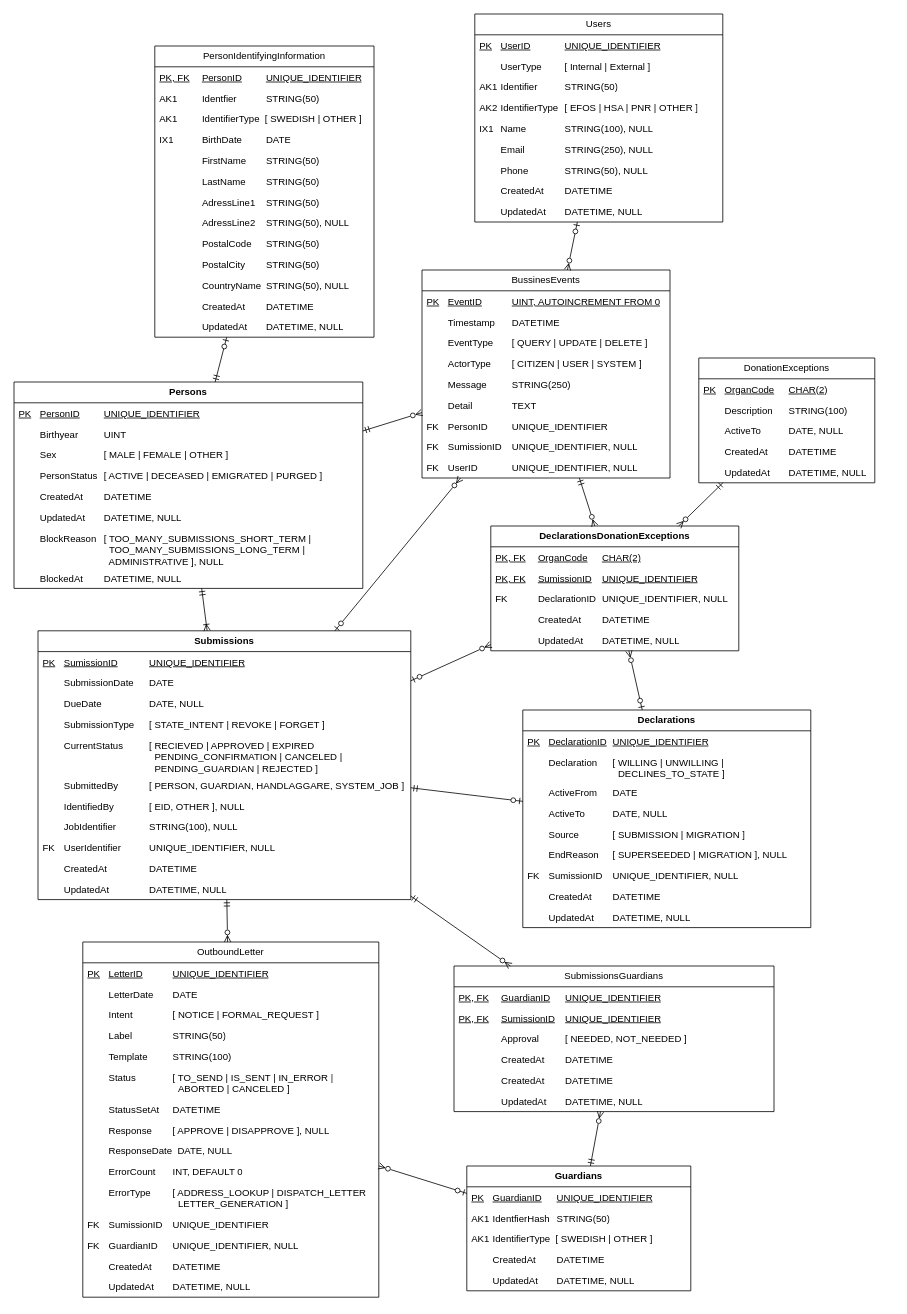
The draw.io diagram page "Stående Logisk modell" (8 of 9) of Donationsregister.drawio in bhagqvist-consid/ICD11, before the edit. Source tidied: cells renumbered, new cells numbered last; positions are measured from the earlier drawing's top-left corner, leaving out a move shared by most shapes. Both pictures are drawn from the tidied source at 80%, with x=0, y=0 at pixel (14, 14).
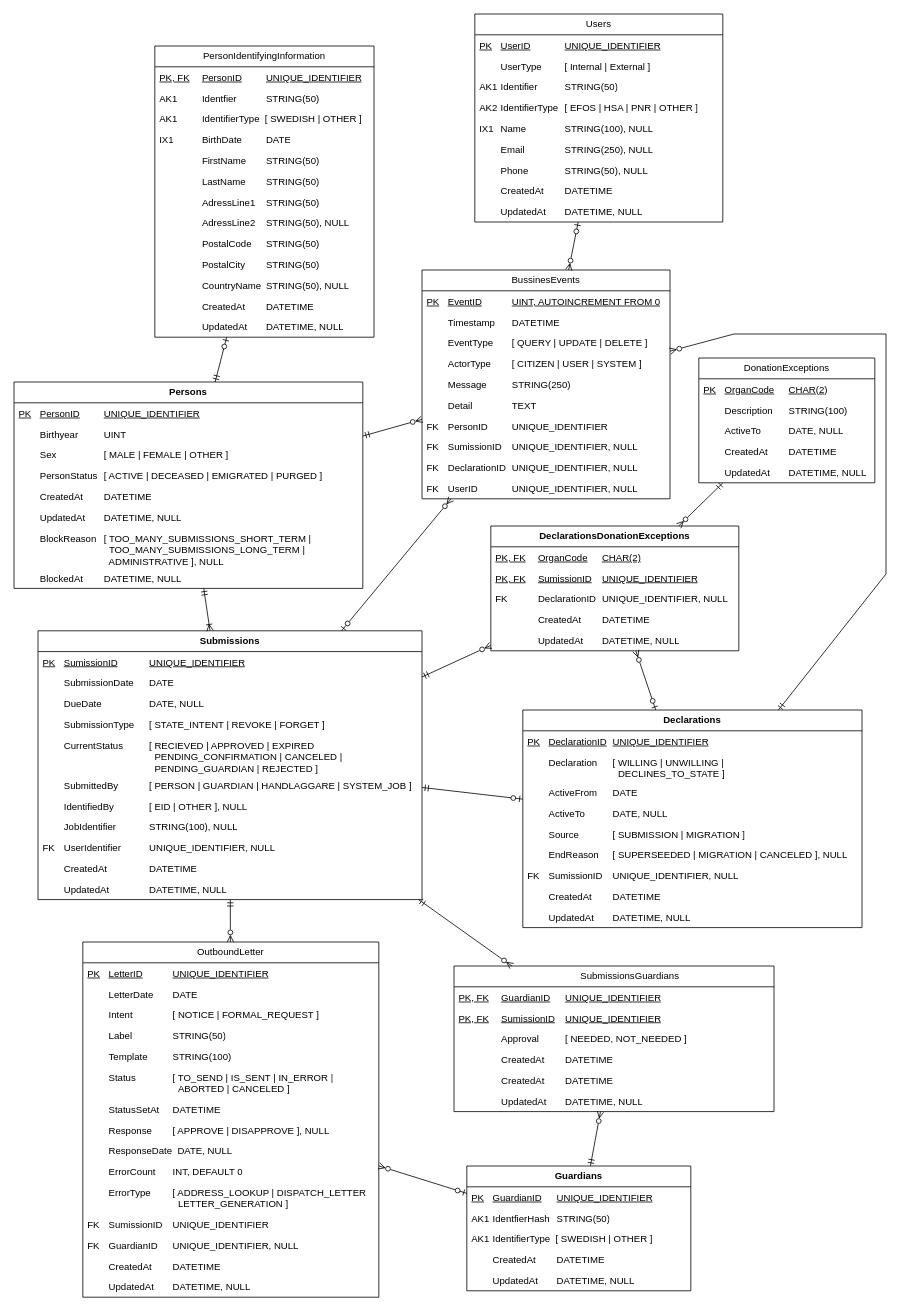
The same page after the edit.

Unchanged cells that the change refers to:
```xml
<mxCell id="95" value="DeclarationsDonationExceptions" style="swimlane;fontStyle=1;horizontal=1;startSize=26;fillColor=none;whiteSpace=wrap;html=1;" parent="1" vertex="1">
  <mxGeometry x="596" y="640" width="310" height="156" as="geometry" />
</mxCell>
```

What changed in the source:
```diff
@@
     <mxCell id="11" value="Submissions" style="swimlane;fontStyle=1;horizontal=1;startSize=26;fillColor=none;whiteSpace=wrap;html=1;" parent="1" vertex="1">
-      <mxGeometry x="30" y="771" width="466" height="336" as="geometry" />
+      <mxGeometry x="30" y="771" width="480" height="336" as="geometry" />
     </mxCell>
     <mxCell id="12" value="PK&lt;span style=&quot;white-space: pre;&quot;&gt;&#9;&lt;/span&gt;SumissionID&lt;span style=&quot;white-space: pre;&quot;&gt;&#9;&lt;/span&gt;&lt;span style=&quot;white-space: pre;&quot;&gt;&#9;&lt;/span&gt;UNIQUE_IDENTIFIER" style="text;strokeColor=none;fillColor=none;align=left;verticalAlign=top;spacingLeft=4;spacingRight=4;overflow=hidden;whiteSpace=wrap;html=1;fontStyle=4;" parent="11" vertex="1">
-      <mxGeometry y="26" width="466" height="26" as="geometry" />
+      <mxGeometry y="26" width="480" height="26" as="geometry" />
     </mxCell>
     <mxCell id="13" value="&lt;span style=&quot;white-space: pre;&quot;&gt;&#9;&lt;/span&gt;SubmissionDate&lt;span style=&quot;white-space: pre;&quot;&gt;&#9;&lt;/span&gt;DATE" style="text;strokeColor=none;fillColor=none;align=left;verticalAlign=top;spacingLeft=4;spacingRight=4;overflow=hidden;whiteSpace=wrap;html=1;" parent="11" vertex="1">
-      <mxGeometry y="52" width="466" height="26" as="geometry" />
+      <mxGeometry y="52" width="480" height="26" as="geometry" />
     </mxCell>
     <mxCell id="14" value="&lt;span style=&quot;white-space: pre;&quot;&gt;&#9;&lt;/span&gt;DueDate&lt;span style=&quot;white-space: pre;&quot;&gt;&#9;&lt;/span&gt;&lt;span style=&quot;white-space: pre;&quot;&gt;&#9;&lt;/span&gt;&lt;span style=&quot;white-space: pre;&quot;&gt;&#9;&lt;/span&gt;DATE, NULL" style="text;strokeColor=none;fillColor=none;align=left;verticalAlign=top;spacingLeft=4;spacingRight=4;overflow=hidden;whiteSpace=wrap;html=1;" parent="11" vertex="1">
-      <mxGeometry y="78" width="466" height="26" as="geometry" />
+      <mxGeometry y="78" width="480" height="26" as="geometry" />
     </mxCell>
     <mxCell id="15" value="&lt;span style=&quot;white-space: pre;&quot;&gt;&#9;&lt;/span&gt;SubmissionType&lt;span style=&quot;white-space: pre;&quot;&gt;&#9;&lt;/span&gt;[ STATE_INTENT | REVOKE | FORGET ]" style="text;strokeColor=none;fillColor=none;align=left;verticalAlign=top;spacingLeft=4;spacingRight=4;overflow=hidden;whiteSpace=wrap;html=1;" parent="11" vertex="1">
-      <mxGeometry y="104" width="466" height="26" as="geometry" />
+      <mxGeometry y="104" width="480" height="26" as="geometry" />
     </mxCell>
     <mxCell id="16" value="&lt;span style=&quot;white-space: pre;&quot;&gt;&#9;&lt;/span&gt;CurrentStatus&lt;span style=&quot;white-space: pre;&quot;&gt;&#9;&lt;span style=&quot;white-space: pre;&quot;&gt;&#9;&lt;/span&gt;&lt;/span&gt;[ RECIEVED | APPROVED | EXPIRED&lt;br&gt;&lt;span style=&quot;white-space: pre;&quot;&gt;&lt;span style=&quot;white-space: pre;&quot;&gt;&#9;&lt;/span&gt;&#9;&lt;/span&gt;&lt;span style=&quot;white-space: pre;&quot;&gt;&#9;&lt;/span&gt;&lt;span style=&quot;white-space: pre;&quot;&gt;&#9;&lt;/span&gt;&lt;span style=&quot;white-space: pre;&quot;&gt;&#9;&lt;/span&gt;&amp;nbsp;&amp;nbsp;PENDING_CONFIRMATION | CANCELED |&lt;br&gt;&lt;span style=&quot;white-space: pre;&quot;&gt;&lt;span style=&quot;white-space: pre;&quot;&gt;&#9;&lt;/span&gt;&#9;&lt;/span&gt;&lt;span style=&quot;white-space: pre;&quot;&gt;&#9;&lt;/span&gt;&lt;span style=&quot;white-space: pre;&quot;&gt;&#9;&lt;/span&gt;&lt;span style=&quot;white-space: pre;&quot;&gt;&#9;&lt;/span&gt;&amp;nbsp; PENDING_GUARDIAN | REJECTED ]" style="text;strokeColor=none;fillColor=none;align=left;verticalAlign=top;spacingLeft=4;spacingRight=4;overflow=hidden;whiteSpace=wrap;html=1;" parent="11" vertex="1">
-      <mxGeometry y="130" width="466" height="50" as="geometry" />
+      <mxGeometry y="130" width="480" height="50" as="geometry" />
     </mxCell>
-    <mxCell id="17" value="&lt;span style=&quot;white-space: pre;&quot;&gt;&#9;&lt;/span&gt;SubmittedBy&lt;span style=&quot;white-space: pre;&quot;&gt;&#9;&lt;/span&gt;&lt;span style=&quot;white-space: pre;&quot;&gt;&#9;&lt;/span&gt;[ PERSON, GUARDIAN, HANDLAGGARE, SYSTEM_JOB ]" style="text;strokeColor=none;fillColor=none;align=left;verticalAlign=top;spacingLeft=4;spacingRight=4;overflow=hidden;whiteSpace=wrap;html=1;" parent="11" vertex="1">
-      <mxGeometry y="180" width="466" height="26" as="geometry" />
+    <mxCell id="17" value="&lt;span style=&quot;white-space: pre;&quot;&gt;&#9;&lt;/span&gt;SubmittedBy&lt;span style=&quot;white-space: pre;&quot;&gt;&#9;&lt;/span&gt;&lt;span style=&quot;white-space: pre;&quot;&gt;&#9;&lt;/span&gt;[ PERSON | GUARDIAN | HANDLAGGARE | SYSTEM_JOB ]" style="text;strokeColor=none;fillColor=none;align=left;verticalAlign=top;spacingLeft=4;spacingRight=4;overflow=hidden;whiteSpace=wrap;html=1;" parent="11" vertex="1">
+      <mxGeometry y="180" width="480" height="26" as="geometry" />
     </mxCell>
-    <mxCell id="18" value="&lt;span style=&quot;white-space: pre;&quot;&gt;&#9;&lt;/span&gt;IdentifiedBy&lt;span style=&quot;white-space: pre;&quot;&gt;&#9;&lt;/span&gt;&lt;span style=&quot;white-space: pre;&quot;&gt;&#9;&lt;/span&gt;[ EID, OTHER ], NULL" style="text;strokeColor=none;fillColor=none;align=left;verticalAlign=top;spacingLeft=4;spacingRight=4;overflow=hidden;whiteSpace=wrap;html=1;" parent="11" vertex="1">
-      <mxGeometry y="206" width="466" height="26" as="geometry" />
+    <mxCell id="18" value="&lt;span style=&quot;white-space: pre;&quot;&gt;&#9;&lt;/span&gt;IdentifiedBy&lt;span style=&quot;white-space: pre;&quot;&gt;&#9;&lt;/span&gt;&lt;span style=&quot;white-space: pre;&quot;&gt;&#9;&lt;/span&gt;[ EID | OTHER ], NULL" style="text;strokeColor=none;fillColor=none;align=left;verticalAlign=top;spacingLeft=4;spacingRight=4;overflow=hidden;whiteSpace=wrap;html=1;" parent="11" vertex="1">
+      <mxGeometry y="206" width="480" height="26" as="geometry" />
     </mxCell>
     <mxCell id="19" value="&lt;span style=&quot;white-space: pre;&quot;&gt;&#9;&lt;/span&gt;JobIdentifier&lt;span style=&quot;white-space: pre;&quot;&gt;&#9;&lt;/span&gt;&lt;span style=&quot;white-space: pre;&quot;&gt;&#9;&lt;/span&gt;STRING(100), NULL" style="text;strokeColor=none;fillColor=none;align=left;verticalAlign=top;spacingLeft=4;spacingRight=4;overflow=hidden;whiteSpace=wrap;html=1;" parent="11" vertex="1">
-      <mxGeometry y="232" width="466" height="26" as="geometry" />
+      <mxGeometry y="232" width="480" height="26" as="geometry" />
     </mxCell>
     <mxCell id="20" value="FK&lt;span style=&quot;white-space: pre;&quot;&gt;&#9;&lt;/span&gt;UserIdentifier&lt;span style=&quot;white-space: pre;&quot;&gt;&#9;&lt;/span&gt;&lt;span style=&quot;white-space: pre;&quot;&gt;&#9;&lt;/span&gt;UNIQUE_IDENTIFIER, NULL" style="text;strokeColor=none;fillColor=none;align=left;verticalAlign=top;spacingLeft=4;spacingRight=4;overflow=hidden;whiteSpace=wrap;html=1;" parent="11" vertex="1">
-      <mxGeometry y="258" width="466" height="26" as="geometry" />
+      <mxGeometry y="258" width="480" height="26" as="geometry" />
     </mxCell>
     <mxCell id="21" value="&lt;span style=&quot;white-space: pre;&quot;&gt;&#9;&lt;/span&gt;CreatedAt&amp;nbsp; &lt;span style=&quot;white-space: pre;&quot;&gt;&#9;&lt;/span&gt;&lt;span style=&quot;white-space: pre;&quot;&gt;&#9;&lt;/span&gt;DATETIME" style="text;strokeColor=none;fillColor=none;align=left;verticalAlign=top;spacingLeft=4;spacingRight=4;overflow=hidden;whiteSpace=wrap;html=1;" parent="11" vertex="1">
-      <mxGeometry y="284" width="466" height="26" as="geometry" />
+      <mxGeometry y="284" width="480" height="26" as="geometry" />
     </mxCell>
     <mxCell id="22" value="&lt;span style=&quot;white-space: pre;&quot;&gt;&#9;&lt;/span&gt;UpdatedAt&amp;nbsp; &lt;span style=&quot;white-space: pre;&quot;&gt;&#9;&lt;/span&gt;&lt;span style=&quot;white-space: pre;&quot;&gt;&#9;&lt;/span&gt;DATETIME, NULL" style="text;strokeColor=none;fillColor=none;align=left;verticalAlign=top;spacingLeft=4;spacingRight=4;overflow=hidden;whiteSpace=wrap;html=1;" parent="11" vertex="1">
-      <mxGeometry y="310" width="466" height="26" as="geometry" />
+      <mxGeometry y="310" width="480" height="26" as="geometry" />
     </mxCell>
     <mxCell id="23" value="Declarations" style="swimlane;fontStyle=1;horizontal=1;startSize=26;fillColor=none;whiteSpace=wrap;html=1;" parent="1" vertex="1">
-      <mxGeometry x="636" y="870" width="360" height="272" as="geometry" />
+      <mxGeometry x="636" y="870" width="424" height="272" as="geometry" />
     </mxCell>
     <mxCell id="24" value="PK&lt;span style=&quot;white-space: pre;&quot;&gt;&#9;&lt;/span&gt;DeclarationID&lt;span style=&quot;white-space: pre;&quot;&gt;&#9;&lt;/span&gt;UNIQUE_IDENTIFIER" style="text;strokeColor=none;fillColor=none;align=left;verticalAlign=top;spacingLeft=4;spacingRight=4;overflow=hidden;whiteSpace=wrap;html=1;fontStyle=4;" parent="23" vertex="1">
-      <mxGeometry y="26" width="360" height="26" as="geometry" />
+      <mxGeometry y="26" width="424" height="26" as="geometry" />
     </mxCell>
     <mxCell id="25" value="&lt;span style=&quot;white-space: pre;&quot;&gt;&#9;&lt;/span&gt;Declaration&lt;span style=&quot;white-space: pre;&quot;&gt;&#9;&lt;/span&gt;[ WILLING | UNWILLING | &lt;br&gt;&lt;span style=&quot;white-space: pre;&quot;&gt;&#9;&lt;/span&gt;&lt;span style=&quot;white-space: pre;&quot;&gt;&#9;&lt;/span&gt;&lt;span style=&quot;white-space: pre;&quot;&gt;&#9;&lt;/span&gt;&lt;span style=&quot;white-space: pre;&quot;&gt;&#9;&lt;/span&gt;&amp;nbsp; DECLINES_TO_STATE ]" style="text;strokeColor=none;fillColor=none;align=left;verticalAlign=top;spacingLeft=4;spacingRight=4;overflow=hidden;whiteSpace=wrap;html=1;" parent="23" vertex="1">
-      <mxGeometry y="52" width="360" height="38" as="geometry" />
+      <mxGeometry y="52" width="424" height="38" as="geometry" />
     </mxCell>
     <mxCell id="26" value="&lt;span style=&quot;white-space: pre;&quot;&gt;&#9;&lt;/span&gt;ActiveFrom&lt;span style=&quot;white-space: pre;&quot;&gt;&#9;&lt;/span&gt;DATE" style="text;strokeColor=none;fillColor=none;align=left;verticalAlign=top;spacingLeft=4;spacingRight=4;overflow=hidden;whiteSpace=wrap;html=1;" parent="23" vertex="1">
-      <mxGeometry y="90" width="360" height="26" as="geometry" />
+      <mxGeometry y="90" width="424" height="26" as="geometry" />
     </mxCell>
     <mxCell id="27" value="&lt;span style=&quot;white-space: pre;&quot;&gt;&#9;&lt;/span&gt;ActiveTo&lt;span style=&quot;white-space: pre;&quot;&gt;&#9;&lt;/span&gt;&lt;span style=&quot;white-space: pre;&quot;&gt;&#9;&lt;/span&gt;DATE, NULL" style="text;strokeColor=none;fillColor=none;align=left;verticalAlign=top;spacingLeft=4;spacingRight=4;overflow=hidden;whiteSpace=wrap;html=1;" parent="23" vertex="1">
-      <mxGeometry y="116" width="360" height="26" as="geometry" />
+      <mxGeometry y="116" width="424" height="26" as="geometry" />
     </mxCell>
     <mxCell id="28" value="&lt;span style=&quot;white-space: pre;&quot;&gt;&#9;&lt;/span&gt;Source&lt;span style=&quot;white-space: pre;&quot;&gt;&#9;&lt;/span&gt;&lt;span style=&quot;white-space: pre;&quot;&gt;&#9;&lt;/span&gt;[ SUBMISSION | MIGRATION ]" style="text;strokeColor=none;fillColor=none;align=left;verticalAlign=top;spacingLeft=4;spacingRight=4;overflow=hidden;whiteSpace=wrap;html=1;" parent="23" vertex="1">
-      <mxGeometry y="142" width="360" height="26" as="geometry" />
+      <mxGeometry y="142" width="424" height="26" as="geometry" />
     </mxCell>
-    <mxCell id="29" value="&lt;span style=&quot;white-space: pre;&quot;&gt;&#9;&lt;/span&gt;EndReason&lt;span style=&quot;white-space: pre;&quot;&gt;&#9;&lt;/span&gt;[ SUPERSEEDED | MIGRATION ], NULL" style="text;strokeColor=none;fillColor=none;align=left;verticalAlign=top;spacingLeft=4;spacingRight=4;overflow=hidden;whiteSpace=wrap;html=1;" parent="23" vertex="1">
-      <mxGeometry y="168" width="360" height="26" as="geometry" />
+    <mxCell id="29" value="&lt;span style=&quot;white-space: pre;&quot;&gt;&#9;&lt;/span&gt;EndReason&lt;span style=&quot;white-space: pre;&quot;&gt;&#9;&lt;/span&gt;[ SUPERSEEDED | MIGRATION | CANCELED ], NULL" style="text;strokeColor=none;fillColor=none;align=left;verticalAlign=top;spacingLeft=4;spacingRight=4;overflow=hidden;whiteSpace=wrap;html=1;" parent="23" vertex="1">
+      <mxGeometry y="168" width="424" height="26" as="geometry" />
     </mxCell>
     <mxCell id="30" value="FK&lt;span style=&quot;white-space: pre;&quot;&gt;&#9;&lt;/span&gt;SumissionID&lt;span style=&quot;white-space: pre;&quot;&gt;&#9;&lt;/span&gt;UNIQUE_IDENTIFIER, NULL" style="text;strokeColor=none;fillColor=none;align=left;verticalAlign=top;spacingLeft=4;spacingRight=4;overflow=hidden;whiteSpace=wrap;html=1;fontStyle=0;" parent="23" vertex="1">
-      <mxGeometry y="194" width="360" height="26" as="geometry" />
+      <mxGeometry y="194" width="424" height="26" as="geometry" />
     </mxCell>
     <mxCell id="31" value="&lt;span style=&quot;white-space: pre;&quot;&gt;&#9;&lt;/span&gt;CreatedAt&amp;nbsp; &lt;span style=&quot;white-space: pre;&quot;&gt;&#9;&lt;/span&gt;DATETIME" style="text;strokeColor=none;fillColor=none;align=left;verticalAlign=top;spacingLeft=4;spacingRight=4;overflow=hidden;whiteSpace=wrap;html=1;" parent="23" vertex="1">
-      <mxGeometry y="220" width="360" height="26" as="geometry" />
+      <mxGeometry y="220" width="424" height="26" as="geometry" />
     </mxCell>
     <mxCell id="32" value="&lt;span style=&quot;white-space: pre;&quot;&gt;&#9;&lt;/span&gt;UpdatedAt&amp;nbsp; &lt;span style=&quot;white-space: pre;&quot;&gt;&#9;&lt;/span&gt;DATETIME, NULL" style="text;strokeColor=none;fillColor=none;align=left;verticalAlign=top;spacingLeft=4;spacingRight=4;overflow=hidden;whiteSpace=wrap;html=1;" parent="23" vertex="1">
-      <mxGeometry y="246" width="360" height="26" as="geometry" />
+      <mxGeometry y="246" width="424" height="26" as="geometry" />
     </mxCell>
@@
     <mxCell id="69" value="BussinesEvents" style="swimlane;fontStyle=0;horizontal=1;startSize=26;fillColor=none;whiteSpace=wrap;html=1;" parent="1" vertex="1">
-      <mxGeometry x="510" y="320" width="310" height="260" as="geometry" />
+      <mxGeometry x="510" y="320" width="310" height="286" as="geometry" />
     </mxCell>
@@
+    <mxCell id="122" value="FK&lt;span style=&quot;white-space: pre;&quot;&gt;&#9;&lt;/span&gt;DeclarationID&lt;span style=&quot;white-space: pre;&quot;&gt;&#9;&lt;/span&gt;UNIQUE_IDENTIFIER, NULL" style="text;strokeColor=none;fillColor=none;align=left;verticalAlign=top;spacingLeft=4;spacingRight=4;overflow=hidden;whiteSpace=wrap;html=1;fontStyle=0;" parent="69" vertex="1">
+      <mxGeometry y="234" width="310" height="26" as="geometry" />
+    </mxCell>
     <mxCell id="78" value="FK&lt;span style=&quot;white-space: pre;&quot;&gt;&#9;&lt;/span&gt;UserID&lt;span style=&quot;white-space: pre;&quot;&gt;&#9;&lt;span style=&quot;white-space: pre;&quot;&gt;&#9;&lt;/span&gt;&lt;/span&gt;UNIQUE_IDENTIFIER, NULL" style="text;strokeColor=none;fillColor=none;align=left;verticalAlign=top;spacingLeft=4;spacingRight=4;overflow=hidden;whiteSpace=wrap;html=1;fontStyle=0;" parent="69" vertex="1">
-      <mxGeometry y="234" width="310" height="26" as="geometry" />
+      <mxGeometry y="260" width="310" height="26" as="geometry" />
     </mxCell>
@@
-    <mxCell id="101" value="SubmissionsGuardians" style="swimlane;fontStyle=0;horizontal=1;startSize=26;fillColor=none;whiteSpace=wrap;html=1;" parent="1" vertex="1">
+    <mxCell id="101" value="&lt;blockquote style=&quot;margin: 0 0 0 40px; border: none; padding: 0px;&quot;&gt;SubmissionsGuardians&lt;/blockquote&gt;" style="swimlane;fontStyle=0;horizontal=1;startSize=26;fillColor=none;whiteSpace=wrap;html=1;" parent="1" vertex="1">
       <mxGeometry x="550" y="1190" width="400" height="182" as="geometry" />
     </mxCell>
@@
-    <mxCell id="110" style="fontSize=12;html=1;endArrow=ERmandOne;startArrow=ERzeroToMany;rounded=0;startFill=0;endFill=0;" parent="1" edge="1" source="95" target="69">
-      <mxGeometry relative="1" as="geometry" />
+    <mxCell id="110" style="fontSize=12;html=1;endArrow=ERmandOne;startArrow=ERzeroToMany;rounded=0;startFill=0;endFill=0;" parent="1" edge="1" source="69" target="23">
+      <mxGeometry relative="1" as="geometry">
+        <Array as="points">
+          <mxPoint x="900" y="400" />
+          <mxPoint x="1090" y="400" />
+          <mxPoint x="1090" y="700" />
+        </Array>
+      </mxGeometry>
     </mxCell>
@@
-    <mxCell id="121" style="fontSize=12;html=1;endArrow=ERzeroToOne;startArrow=ERzeroToMany;rounded=0;startFill=0;endFill=0;" parent="1" edge="1" source="95" target="11">
+    <mxCell id="121" style="fontSize=12;html=1;endArrow=ERmandOne;startArrow=ERzeroToMany;rounded=0;startFill=0;endFill=0;" parent="1" edge="1" source="95" target="11">
       <mxGeometry relative="1" as="geometry" />
     </mxCell>
```
